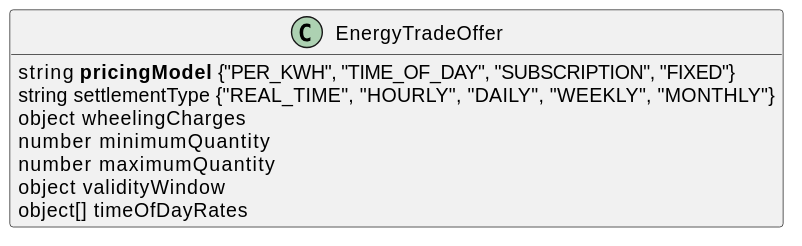
beckn/protocol-specifications-new keeps this PlantUML diagram as docs/schema/EnergyTradeOffer/v0.2/attributes.svg. Above is the earlier version. Its diagram source:
```plantuml
@startuml
hide empty members
set namespaceSeparator none


class EnergyTradeOffer {
    {field} string <b>pricingModel</b> {"PER_KWH", "TIME_OF_DAY", "SUBSCRIPTION", "FIXED"}
    {field} string settlementType {"REAL_TIME", "HOURLY", "DAILY", "WEEKLY", "MONTHLY"}
    {field} object wheelingCharges
    {field} number minimumQuantity
    {field} number maximumQuantity
    {field} object validityWindow
    {field} object[] timeOfDayRates
}
@enduml
```
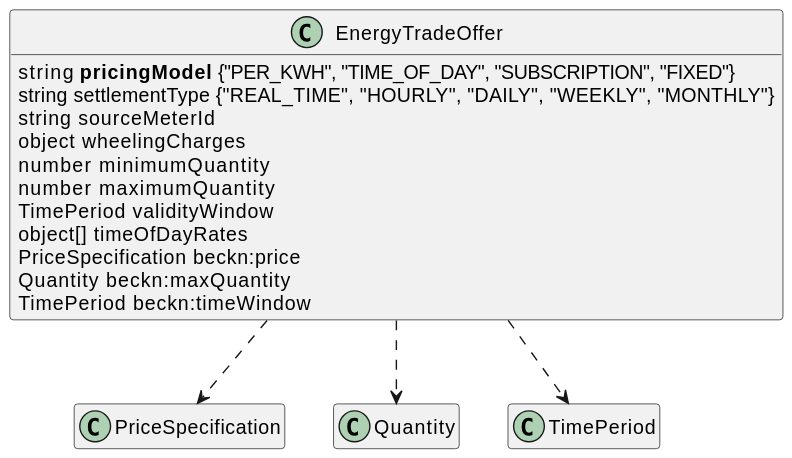
The same diagram one commit later.

Diff of the diagram source:
```diff
@@ -6,10 +6,18 @@
 class EnergyTradeOffer {
     {field} string <b>pricingModel</b> {"PER_KWH", "TIME_OF_DAY", "SUBSCRIPTION", "FIXED"}
     {field} string settlementType {"REAL_TIME", "HOURLY", "DAILY", "WEEKLY", "MONTHLY"}
+    {field} string sourceMeterId
     {field} object wheelingCharges
     {field} number minimumQuantity
     {field} number maximumQuantity
-    {field} object validityWindow
+    {field} TimePeriod validityWindow
     {field} object[] timeOfDayRates
+    {field} PriceSpecification beckn:price
+    {field} Quantity beckn:maxQuantity
+    {field} TimePeriod beckn:timeWindow
 }
+
+EnergyTradeOffer ..> PriceSpecification
+EnergyTradeOffer ..> Quantity
+EnergyTradeOffer ..> TimePeriod
 @enduml
```
